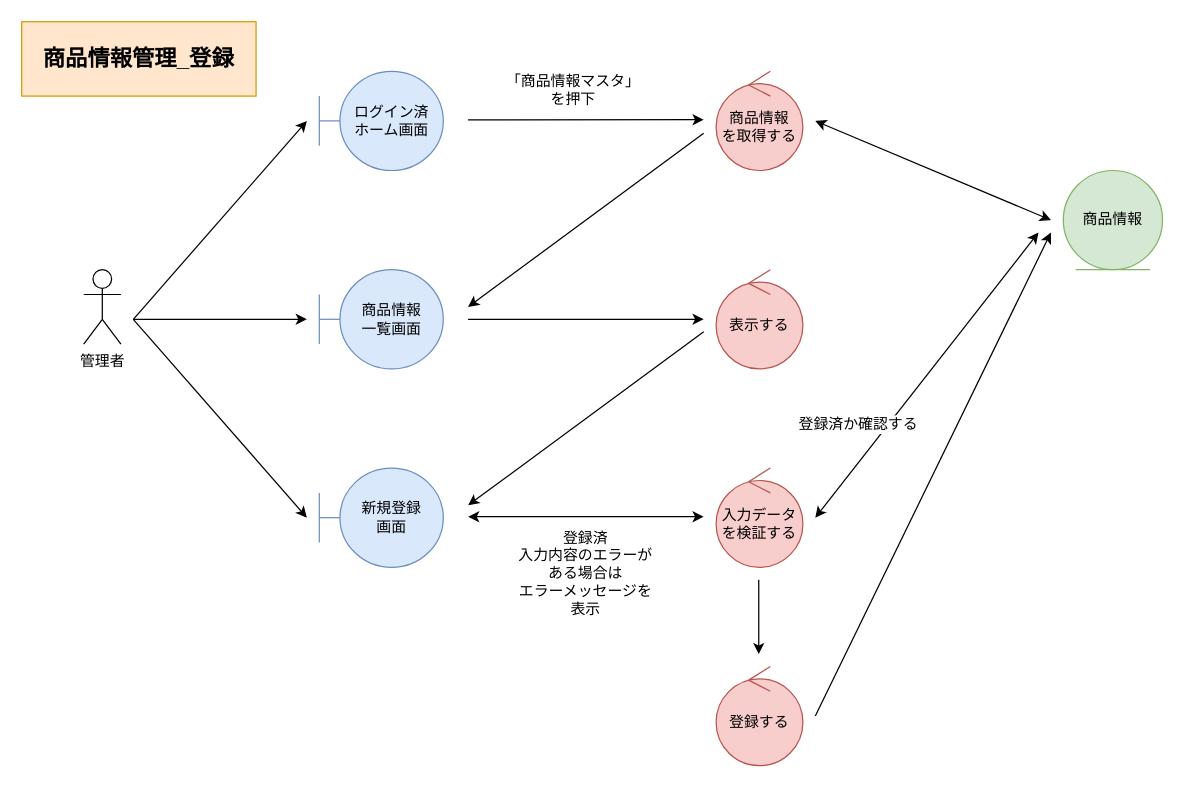
Earlier version of the draw.io diagram page "*商品情報管理_登録" (1 of 4) of 各種設計書/3ロバストネス図/マスタ管理/4.商品情報マスタ.drawio (HaruShim/Sotuken). Source tidied: cells renumbered, new cells numbered last; positions are measured from the earlier drawing's top-left corner, leaving out a move shared by most shapes. Both pictures are drawn from the tidied source at 124%, with x=0, y=0 at pixel (21, 21).
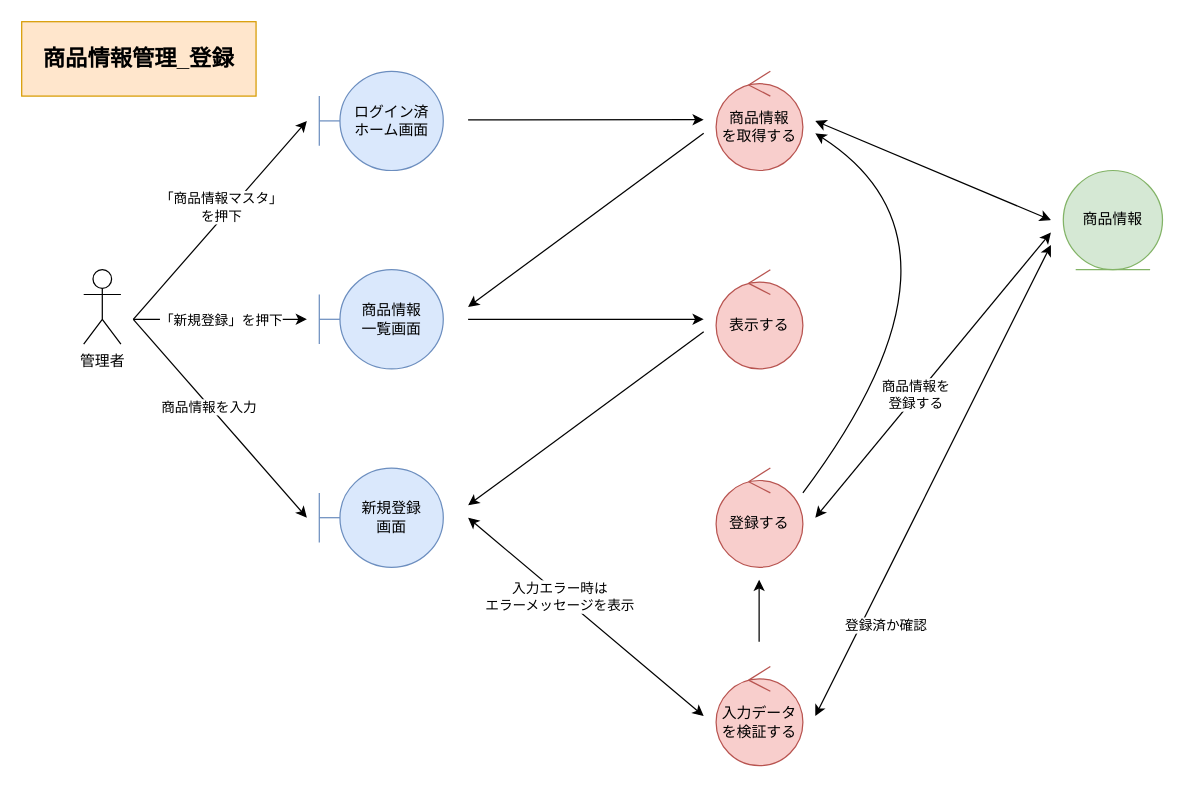
The same page after the edit.

Unchanged cells that the change refers to:
```xml
<mxCell id="14" style="endArrow=classic;html=1;rounded=0;" parent="1" edge="1">
  <mxGeometry relative="1" as="geometry">
    <mxPoint x="90" y="240" as="sourcePoint" />
    <mxPoint x="230" y="400" as="targetPoint" />
  </mxGeometry>
</mxCell>
<mxCell id="15" style="endArrow=classic;html=1;rounded=0;" parent="1" edge="1">
  <mxGeometry relative="1" as="geometry">
    <mxPoint x="90" y="240" as="sourcePoint" />
    <mxPoint x="230" y="240" as="targetPoint" />
  </mxGeometry>
</mxCell>
```

Diff of the diagram source:
```diff
@@
     <mxCell id="2" style="endArrow=classic;html=1;rounded=0;startArrow=classic;startFill=1;" parent="1" edge="1">
       <mxGeometry relative="1" as="geometry">
-        <mxPoint x="640" y="400" as="sourcePoint" />
-        <mxPoint x="820" y="170" as="targetPoint" />
+        <mxPoint x="640" y="560" as="sourcePoint" />
+        <mxPoint x="830" y="180" as="targetPoint" />
       </mxGeometry>
     </mxCell>
+    <mxCell id="27" value="登録済か確認" style="edgeLabel;html=1;align=center;verticalAlign=middle;" parent="2" vertex="1">
+      <mxGeometry x="0.33" y="-1" relative="1" as="geometry">
+        <mxPoint x="-71" y="179" as="offset" />
+      </mxGeometry>
+    </mxCell>
@@
     <mxCell id="10" value="登録する" style="ellipse;shape=umlControl;whiteSpace=wrap;html=1;fillColor=#f8cecc;strokeColor=#b85450;" parent="1" vertex="1">
-      <mxGeometry x="560" y="520" width="70" height="80" as="geometry" />
+      <mxGeometry x="560" y="360" width="70" height="80" as="geometry" />
     </mxCell>
@@
+    <mxCell id="13" style="endArrow=classic;html=1;rounded=0;" parent="1" edge="1">
+      <mxGeometry relative="1" as="geometry">
+        <mxPoint x="90" y="240" as="sourcePoint" />
+        <mxPoint x="230" y="80" as="targetPoint" />
+      </mxGeometry>
+    </mxCell>
-    <mxCell id="12" value="「商品情報マスタ」&lt;br&gt;を押下" style="text;html=1;strokeColor=none;fillColor=none;align=center;verticalAlign=middle;whiteSpace=wrap;rounded=0;" parent="1" vertex="1">
-      <mxGeometry x="390" y="40" width="110" height="30" as="geometry" />
+    <mxCell id="12" value="「商品情報マスタ」&lt;br&gt;を押下" style="edgeLabel;html=1;align=center;verticalAlign=middle;" parent="13" vertex="1">
+      <mxGeometry x="-0.35" y="1" relative="1" as="geometry">
+        <mxPoint x="26" y="-38" as="offset" />
+      </mxGeometry>
     </mxCell>
-    <mxCell id="13" style="endArrow=classic;html=1;rounded=0;" parent="1" edge="1">
-      <mxGeometry relative="1" as="geometry">
-        <mxPoint x="90" y="240" as="sourcePoint" />
-        <mxPoint x="230" y="80" as="targetPoint" />
-      </mxGeometry>
-    </mxCell>
@@
+    <mxCell id="28" value="商品情報を入力" style="edgeLabel;html=1;align=center;verticalAlign=middle;" parent="14" vertex="1">
+      <mxGeometry x="-0.27" y="1" relative="1" as="geometry">
+        <mxPoint x="8" y="12" as="offset" />
+      </mxGeometry>
+    </mxCell>
@@
+    <mxCell id="29" value="「新規登録」を押下" style="edgeLabel;html=1;align=center;verticalAlign=middle;" parent="15" vertex="1">
+      <mxGeometry x="-0.22" y="-2" relative="1" as="geometry">
+        <mxPoint x="15" y="-2" as="offset" />
+      </mxGeometry>
+    </mxCell>
     <mxCell id="16" value="入力データを検証する" style="ellipse;shape=umlControl;whiteSpace=wrap;html=1;fillColor=#f8cecc;strokeColor=#b85450;" parent="1" vertex="1">
-      <mxGeometry x="560" y="360" width="70" height="80" as="geometry" />
+      <mxGeometry x="560" y="520" width="70" height="80" as="geometry" />
     </mxCell>
@@
-    <mxCell id="21" style="endArrow=classic;html=1;rounded=0;jumpStyle=none;startArrow=classic;startFill=1;endFill=1;" parent="1" edge="1">
-      <mxGeometry relative="1" as="geometry">
-        <mxPoint x="550" y="399.2" as="sourcePoint" />
-        <mxPoint x="360" y="399.2" as="targetPoint" />
-      </mxGeometry>
-    </mxCell>
-    <mxCell id="22" style="endArrow=none;html=1;rounded=0;startArrow=classic;startFill=1;endFill=0;" parent="1" edge="1">
+    <mxCell id="22" style="endArrow=classic;html=1;rounded=0;startArrow=classic;startFill=1;endFill=1;" parent="1" edge="1">
       <mxGeometry relative="1" as="geometry">
         <mxPoint x="830" y="170" as="sourcePoint" />
-        <mxPoint x="640" y="560" as="targetPoint" />
+        <mxPoint x="640" y="400" as="targetPoint" />
       </mxGeometry>
     </mxCell>
+    <mxCell id="30" value="商品情報を&lt;br&gt;登録する" style="edgeLabel;html=1;align=center;verticalAlign=middle;" parent="22" vertex="1">
+      <mxGeometry x="0.3" y="1" relative="1" as="geometry">
+        <mxPoint x="13" y="-20" as="offset" />
+      </mxGeometry>
+    </mxCell>
     <mxCell id="23" style="endArrow=none;html=1;rounded=0;jumpStyle=none;startArrow=classic;startFill=1;endFill=0;" parent="1" edge="1">
       <mxGeometry relative="1" as="geometry">
-        <mxPoint x="594.4" y="510" as="sourcePoint" />
-        <mxPoint x="594.4" y="450" as="targetPoint" />
+        <mxPoint x="594.7" y="450" as="sourcePoint" />
+        <mxPoint x="594.7" y="500" as="targetPoint" />
       </mxGeometry>
     </mxCell>
-    <mxCell id="24" value="登録済か確認する" style="text;html=1;strokeColor=none;fillColor=none;align=center;verticalAlign=middle;whiteSpace=wrap;rounded=0;labelBackgroundColor=default;" parent="1" vertex="1">
-      <mxGeometry x="620" y="310" width="110" height="30" as="geometry" />
-    </mxCell>
-    <mxCell id="25" value="登録済&lt;br&gt;入力内容のエラーがある場合は&lt;br&gt;エラーメッセージを表示" style="text;html=1;strokeColor=none;fillColor=none;align=center;verticalAlign=middle;whiteSpace=wrap;rounded=0;labelBackgroundColor=none;" parent="1" vertex="1">
-      <mxGeometry x="400" y="430" width="110" height="30" as="geometry" />
-    </mxCell>
@@
+    <mxCell id="31" style="endArrow=classic;startArrow=classic;html=1;rounded=0;" parent="1" edge="1">
+      <mxGeometry relative="1" as="geometry">
+        <mxPoint x="360" y="400" as="sourcePoint" />
+        <mxPoint x="550" y="560" as="targetPoint" />
+      </mxGeometry>
+    </mxCell>
+    <mxCell id="32" value="入力エラー時は&lt;br&gt;エラーメッセージを表示" style="edgeLabel;html=1;align=center;verticalAlign=middle;" parent="31" vertex="1">
+      <mxGeometry x="-0.22" y="-1" relative="1" as="geometry" />
+    </mxCell>
+    <mxCell id="33" style="curved=1;endArrow=classic;html=1;rounded=0;" parent="1" edge="1">
+      <mxGeometry relative="1" as="geometry">
+        <mxPoint x="630" y="380" as="sourcePoint" />
+        <mxPoint x="640" y="90" as="targetPoint" />
+        <Array as="points">
+          <mxPoint x="780" y="180" />
+        </Array>
+      </mxGeometry>
+    </mxCell>
```
